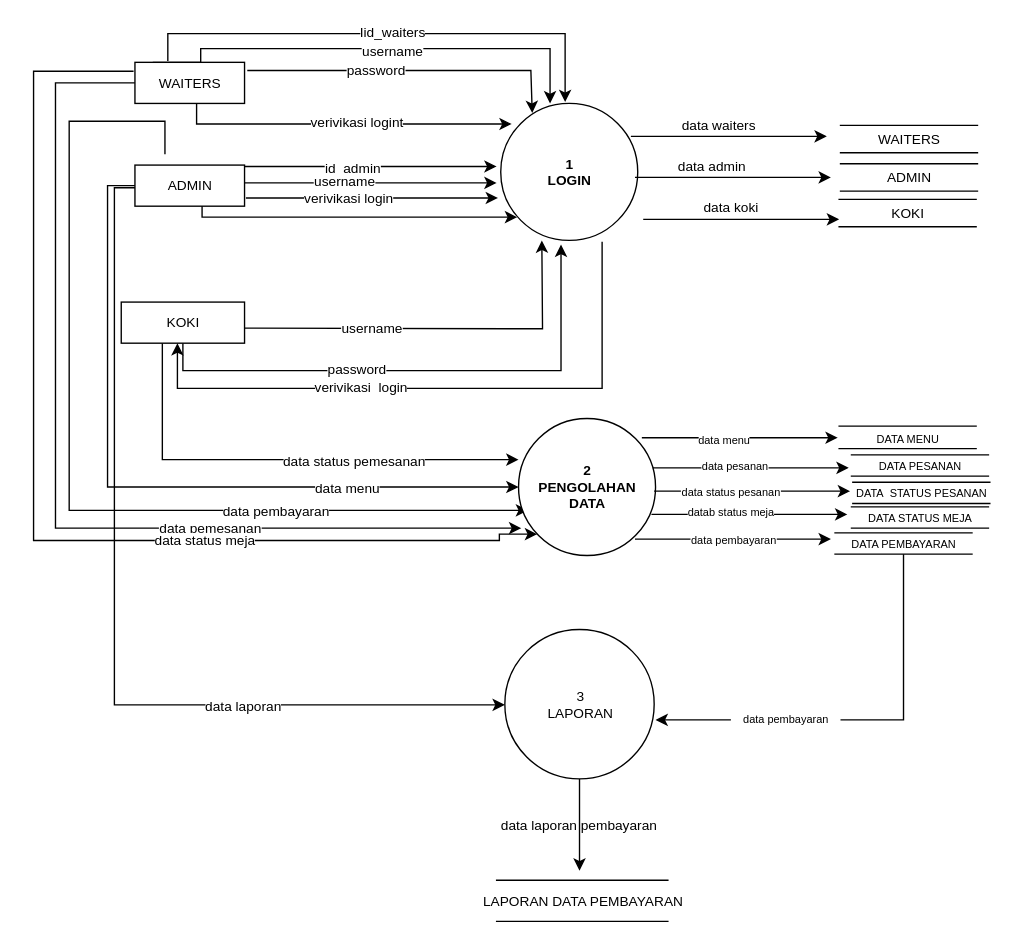
This is page "diagram alir data tingkat 0" (6 of 8) of Untitled Diagram.drawio from sci955/sci955, a draw.io file, before an edit. Source tidied: cells renumbered, new cells numbered last; positions are measured from the earlier drawing's top-left corner, leaving out a move shared by most shapes. Both pictures are drawn from the tidied source at 137%, with x=0, y=0 at pixel (33, 33).
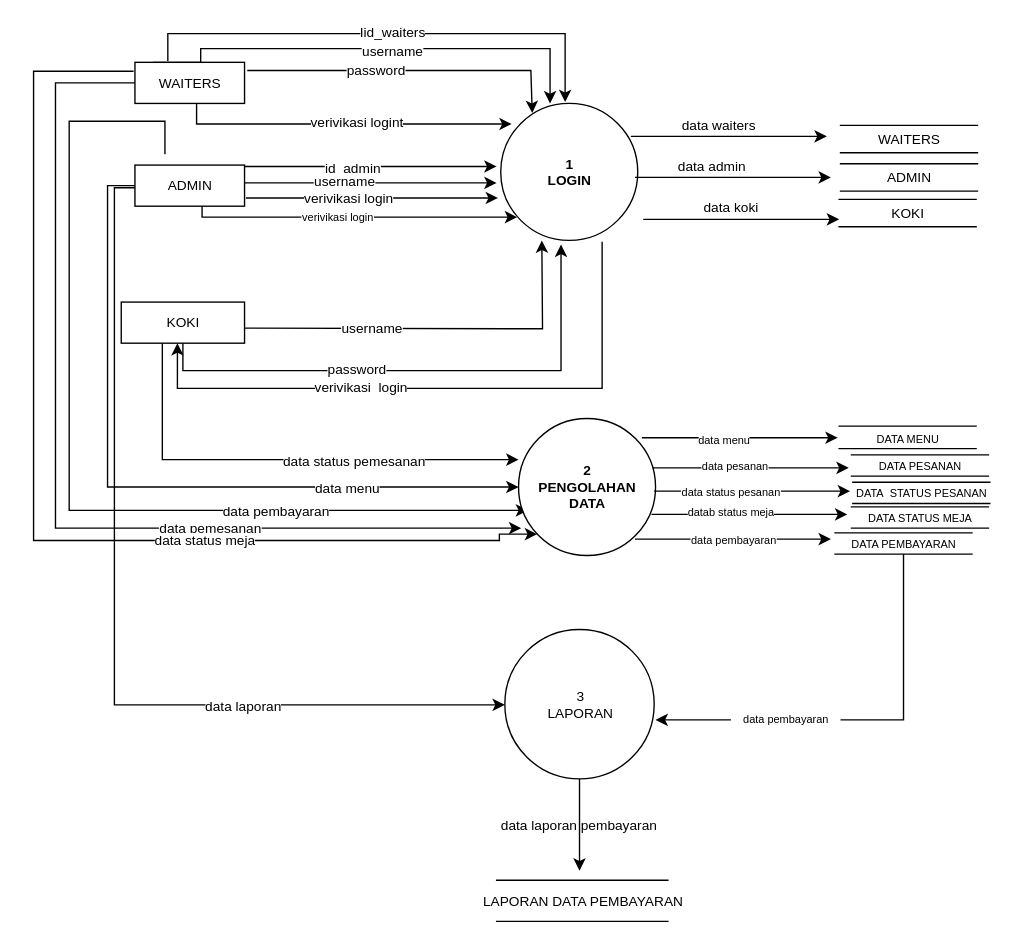
After the change.

Commit message:
dfd laporan

The change refers to these unchanged cells:
```xml
<mxCell id="13" style="edgeStyle=orthogonalEdgeStyle;rounded=0;orthogonalLoop=1;jettySize=auto;html=1;fontSize=10;" parent="1" edge="1">
  <mxGeometry relative="1" as="geometry">
    <mxPoint x="123" y="119" as="sourcePoint" />
    <mxPoint x="353" y="134" as="targetPoint" />
    <Array as="points">
      <mxPoint x="123" y="134" />
    </Array>
  </mxGeometry>
</mxCell>
```

The edit, as a diff of the source:
```diff
@@
+    <mxCell id="70" value="verivikasi login" style="edgeLabel;html=1;align=center;verticalAlign=middle;fontSize=8;" parent="13" vertex="1">
+      <mxGeometry x="-0.08" y="1" relative="1" as="geometry" />
+    </mxCell>
```
